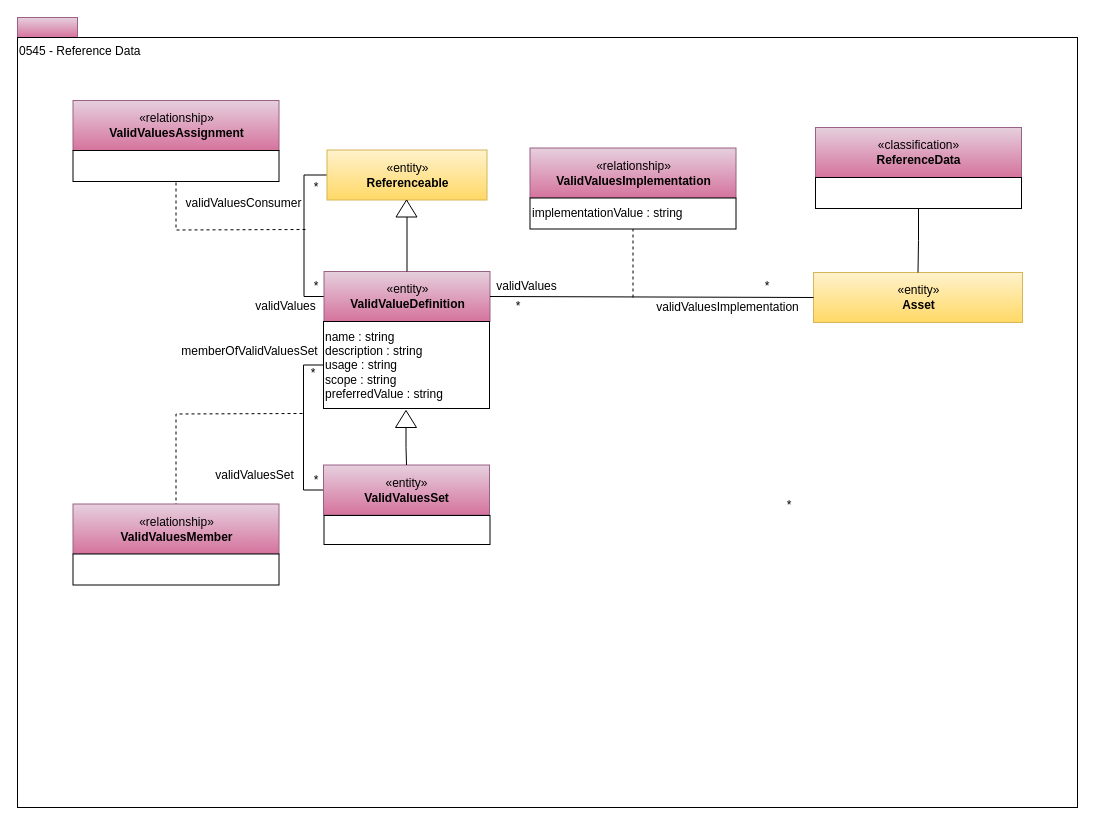
Earlier version of the draw.io diagram page "0545-Reference-Data" (18 of 25) of open-metadata-publication/website/open-metadata-types/area-5-models-and-schema.drawio (planetf1/egeria). Source tidied: cells renumbered, new cells numbered last; positions are measured from the earlier drawing's top-left corner, leaving out a move shared by most shapes. Both pictures are drawn from the tidied source at 100%, with x=0, y=0 at pixel (17, 17).
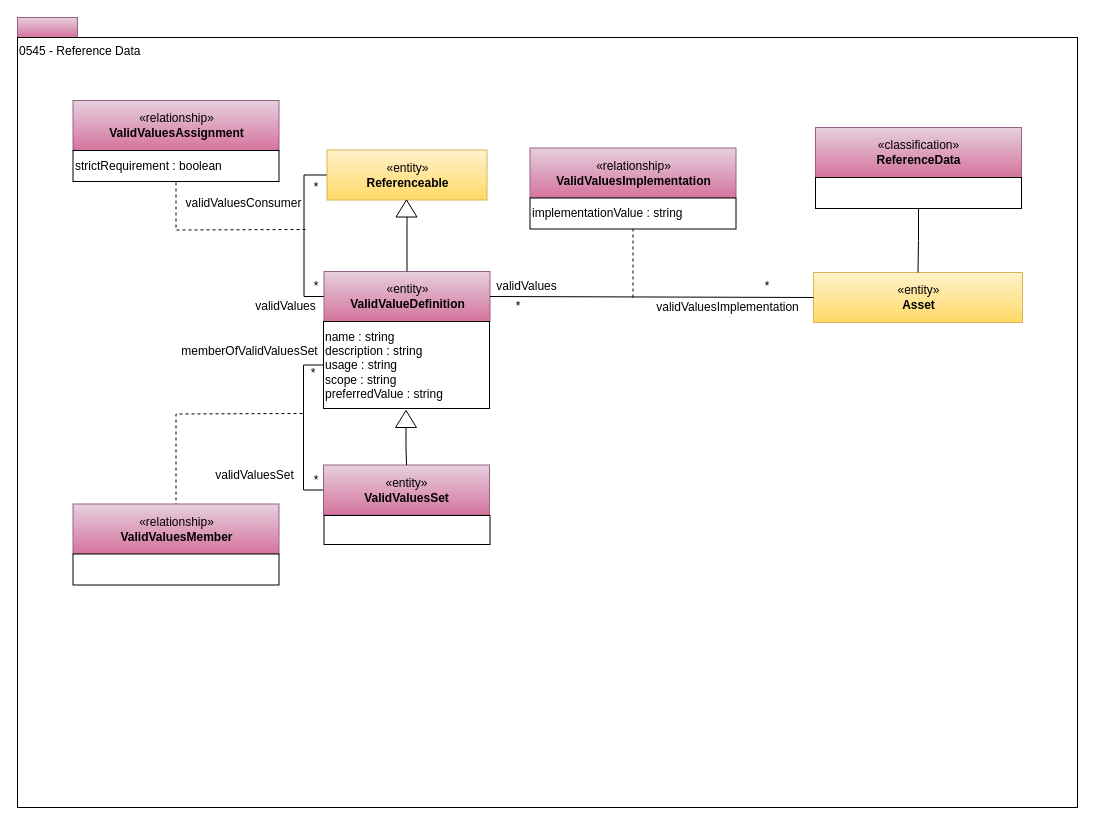
The same page after the edit.

Change to the diagram source:
```diff
@@
-    <mxCell id="29" style="rounded=0;whiteSpace=wrap;html=1;strokeColor=#000000;gradientColor=#ffffff;align=left;" parent="1" vertex="1">
+    <mxCell id="29" value="strictRequirement : boolean" style="rounded=0;whiteSpace=wrap;html=1;strokeColor=#000000;gradientColor=#ffffff;align=left;" parent="1" vertex="1">
       <mxGeometry x="55.5" y="133" width="206" height="31" as="geometry" />
     </mxCell>
@@
-    <mxCell id="41" value="*" style="text;html=1;strokeColor=none;fillColor=none;align=center;verticalAlign=middle;whiteSpace=wrap;rounded=0;" parent="1" vertex="1">
-      <mxGeometry x="752" y="477.5" width="40" height="20" as="geometry" />
-    </mxCell>
```
